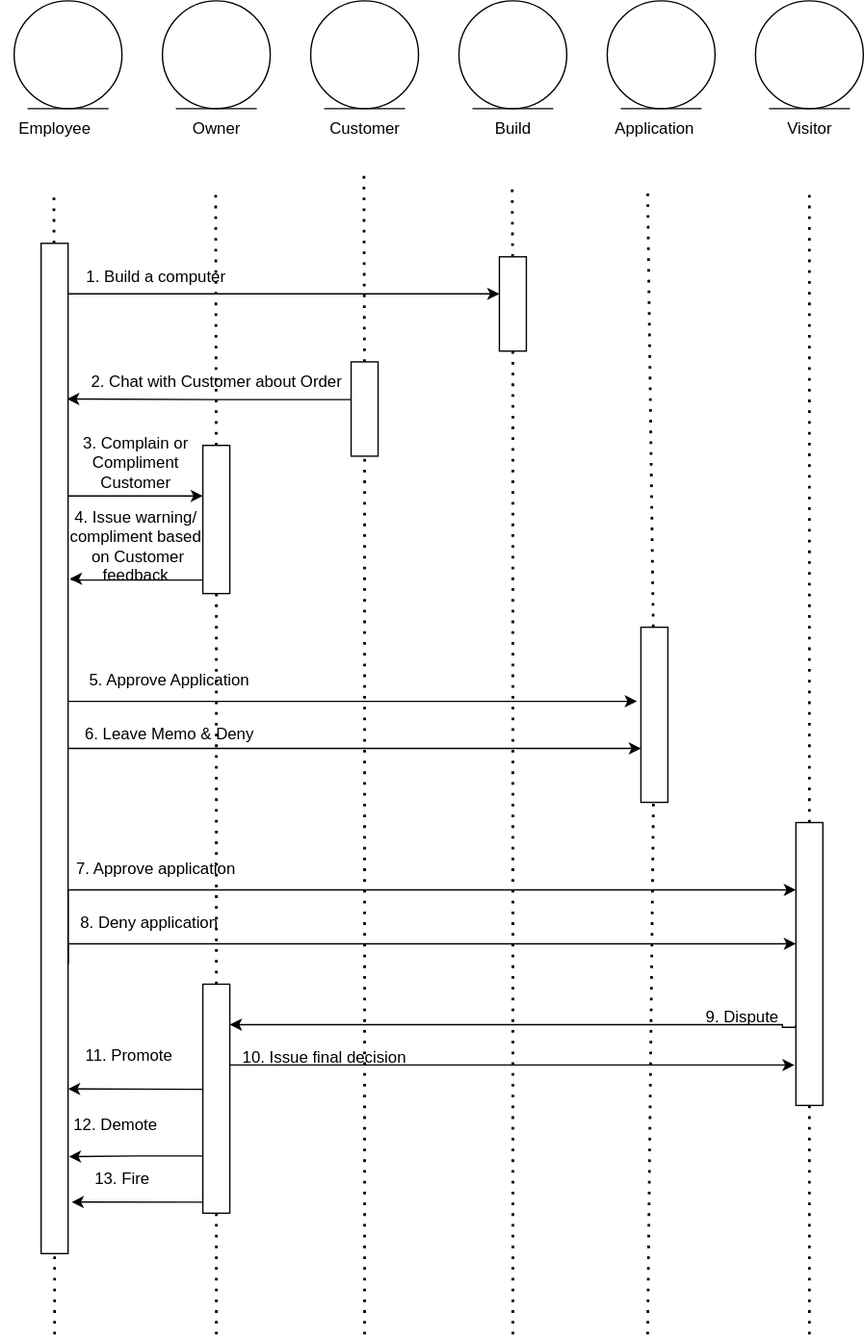
Before: Diagrams/Report-2/SVG/Employee.drawio.svg, a diagram exported from draw.io (lyloster/csc322-webstore). Source tidied: cells renumbered, new cells last; positions are measured from the earlier drawing's top-left corner, leaving out a move shared by most shapes.
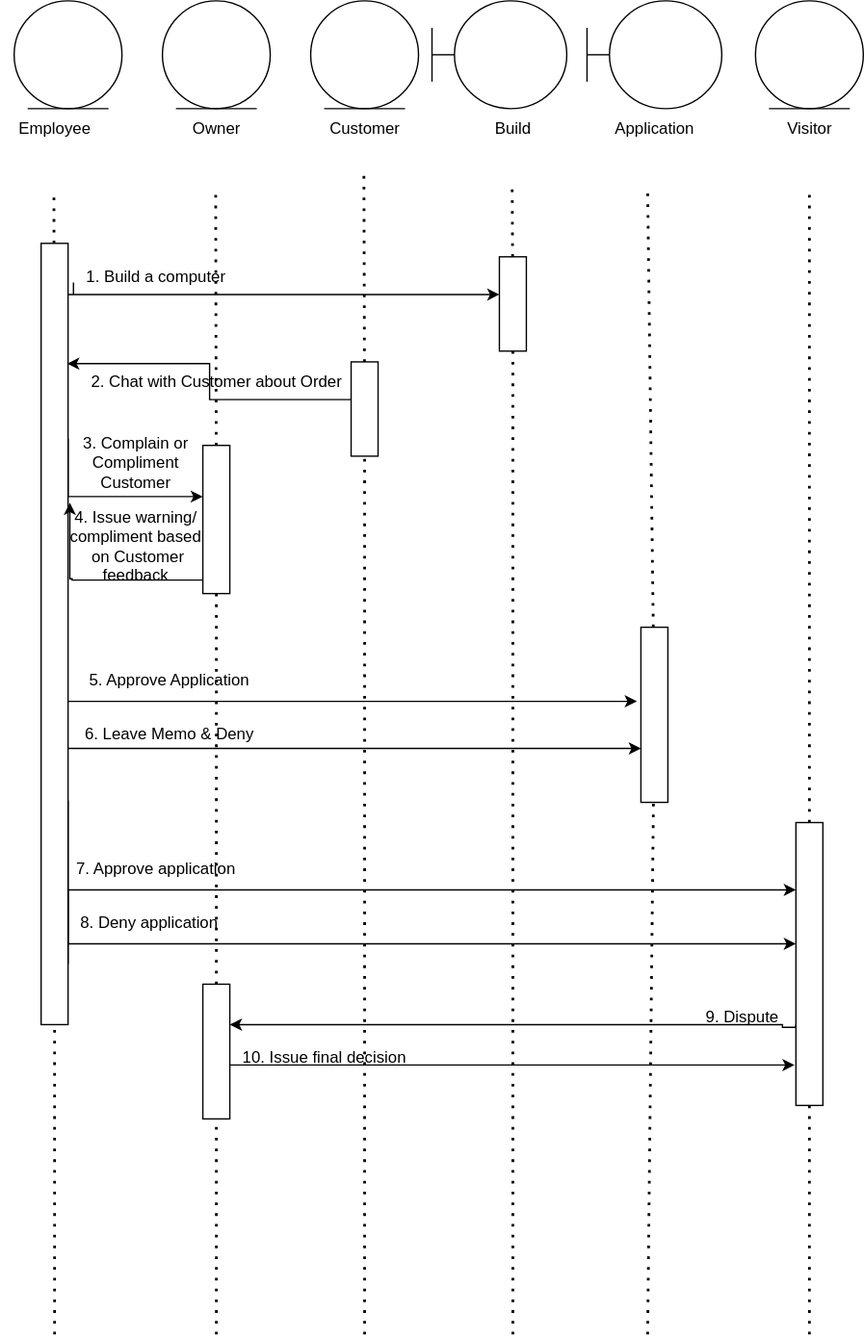
The same file after the commit.

Change to the diagram source:
```diff
@@ -11,12 +11,6 @@
     <mxCell id="4" style="ellipse;shape=umlEntity;whiteSpace=wrap;html=1;" parent="1" vertex="1">
       <mxGeometry x="230" width="80" height="80" as="geometry" />
     </mxCell>
-    <mxCell id="5" style="ellipse;shape=umlEntity;whiteSpace=wrap;html=1;" parent="1" vertex="1">
-      <mxGeometry x="340" width="80" height="80" as="geometry" />
-    </mxCell>
-    <mxCell id="6" style="ellipse;shape=umlEntity;whiteSpace=wrap;html=1;" parent="1" vertex="1">
-      <mxGeometry x="450" width="80" height="80" as="geometry" />
-    </mxCell>
     <mxCell id="7" style="ellipse;shape=umlEntity;whiteSpace=wrap;html=1;" parent="1" vertex="1">
       <mxGeometry x="560" width="80" height="80" as="geometry" />
     </mxCell>
@@ -93,7 +87,7 @@
       </mxGeometry>
     </mxCell>
     <mxCell id="23" style="rounded=0;whiteSpace=wrap;html=1;direction=south;" parent="1" vertex="1">
-      <mxGeometry x="30" y="180" width="20" height="750" as="geometry" />
+      <mxGeometry x="30" y="180" width="20" height="580" as="geometry" />
     </mxCell>
     <mxCell id="24" style="endArrow=none;dashed=1;html=1;dashPattern=1 3;strokeWidth=2;rounded=0;" parent="1" edge="1" target="26">
       <mxGeometry relative="1" as="geometry">
@@ -220,26 +214,8 @@
         </Array>
       </mxGeometry>
     </mxCell>
-    <mxCell id="51" style="edgeStyle=orthogonalEdgeStyle;rounded=0;jettySize=auto;html=1;entryX=0.837;entryY=0;entryDx=0;entryDy=0;entryPerimeter=0;" parent="1" edge="1" source="54" target="23">
-      <mxGeometry relative="1" as="geometry">
-        <Array as="points">
-          <mxPoint x="140" y="808" />
-          <mxPoint x="140" y="808" />
-        </Array>
-      </mxGeometry>
-    </mxCell>
-    <mxCell id="52" style="edgeStyle=orthogonalEdgeStyle;rounded=0;jettySize=auto;html=1;exitX=0.75;exitY=1;exitDx=0;exitDy=0;entryX=0.904;entryY=-0.033;entryDx=0;entryDy=0;entryPerimeter=0;" parent="1" edge="1" source="54" target="23">
-      <mxGeometry relative="1" as="geometry" />
-    </mxCell>
-    <mxCell id="53" style="edgeStyle=orthogonalEdgeStyle;rounded=0;jettySize=auto;html=1;exitX=0.75;exitY=1;exitDx=0;exitDy=0;entryX=0.949;entryY=-0.133;entryDx=0;entryDy=0;entryPerimeter=0;" parent="1" edge="1" source="54" target="23">
-      <mxGeometry relative="1" as="geometry">
-        <Array as="points">
-          <mxPoint x="150" y="892" />
-        </Array>
-      </mxGeometry>
-    </mxCell>
     <mxCell id="54" style="rounded=0;whiteSpace=wrap;html=1;direction=south;" parent="1" vertex="1">
-      <mxGeometry x="150" y="730" width="20" height="170" as="geometry" />
+      <mxGeometry x="150" y="730" width="20" height="100" as="geometry" />
     </mxCell>
     <mxCell id="55" value="9. Dispute" style="text;html=1;align=center;verticalAlign=middle;strokeColor=none;fillColor=none;" parent="1" vertex="1">
       <mxGeometry x="510" y="740" width="80" height="30" as="geometry" />
@@ -247,14 +223,11 @@
     <mxCell id="56" value="10. Issue final decision" style="text;html=1;align=center;verticalAlign=middle;strokeColor=none;fillColor=none;" parent="1" vertex="1">
       <mxGeometry x="170" y="770" width="140" height="30" as="geometry" />
     </mxCell>
-    <mxCell id="57" value="12. Demote" style="text;html=1;align=center;verticalAlign=middle;strokeColor=none;fillColor=none;" parent="1" vertex="1">
-      <mxGeometry x="40" y="820" width="90" height="30" as="geometry" />
-    </mxCell>
-    <mxCell id="58" value="13. Fire" style="text;html=1;align=center;verticalAlign=middle;strokeColor=none;fillColor=none;" parent="1" vertex="1">
-      <mxGeometry x="60" y="860" width="60" height="30" as="geometry" />
-    </mxCell>
-    <mxCell id="59" value="11. Promote" style="text;html=1;align=center;verticalAlign=middle;strokeColor=none;fillColor=none;" parent="1" vertex="1">
-      <mxGeometry x="50" y="768" width="90" height="30" as="geometry" />
-    </mxCell>
+    <mxCell id="60" style="shape=umlBoundary;whiteSpace=wrap;html=1;" parent="1" vertex="1">
+      <mxGeometry x="320" width="100" height="80" as="geometry" />
+    </mxCell>
+    <mxCell id="61" style="shape=umlBoundary;whiteSpace=wrap;html=1;" parent="1" vertex="1">
+      <mxGeometry x="435" width="100" height="80" as="geometry" />
+    </mxCell>
   </root>
 </mxGraphModel>
```
